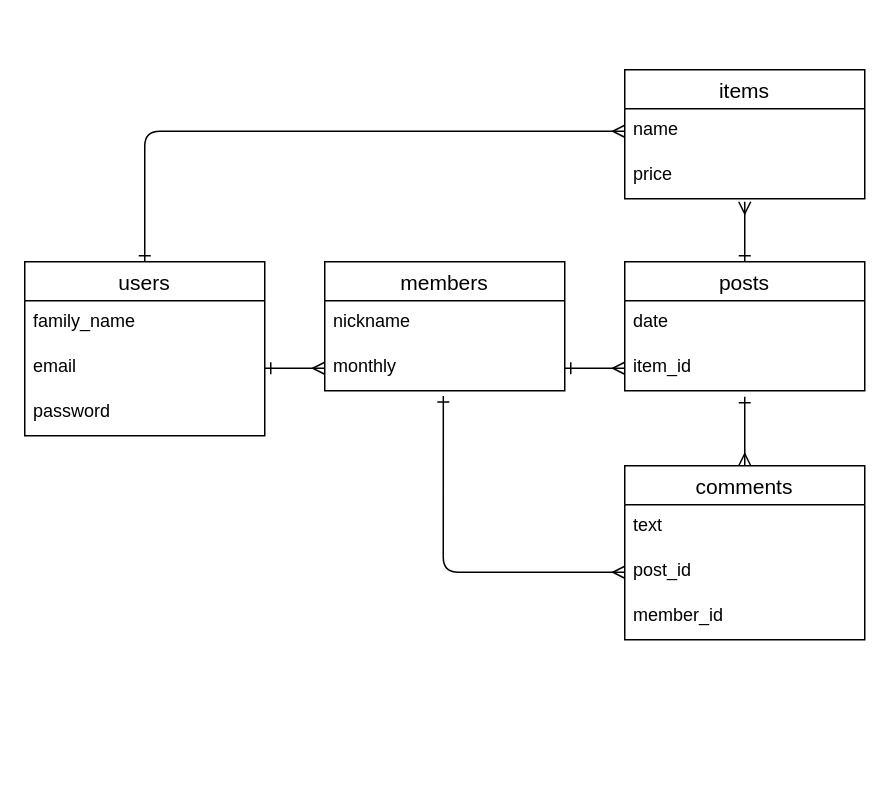
Before: er.dio in mijinko-j/pockeee_app, a draw.io diagram. Source tidied: cells renumbered, new cells numbered last; positions are measured from the earlier drawing's top-left corner, leaving out a move shared by most shapes. Both pictures are drawn from the tidied source at 150%, with x=0, y=0 at pixel (24, 69).
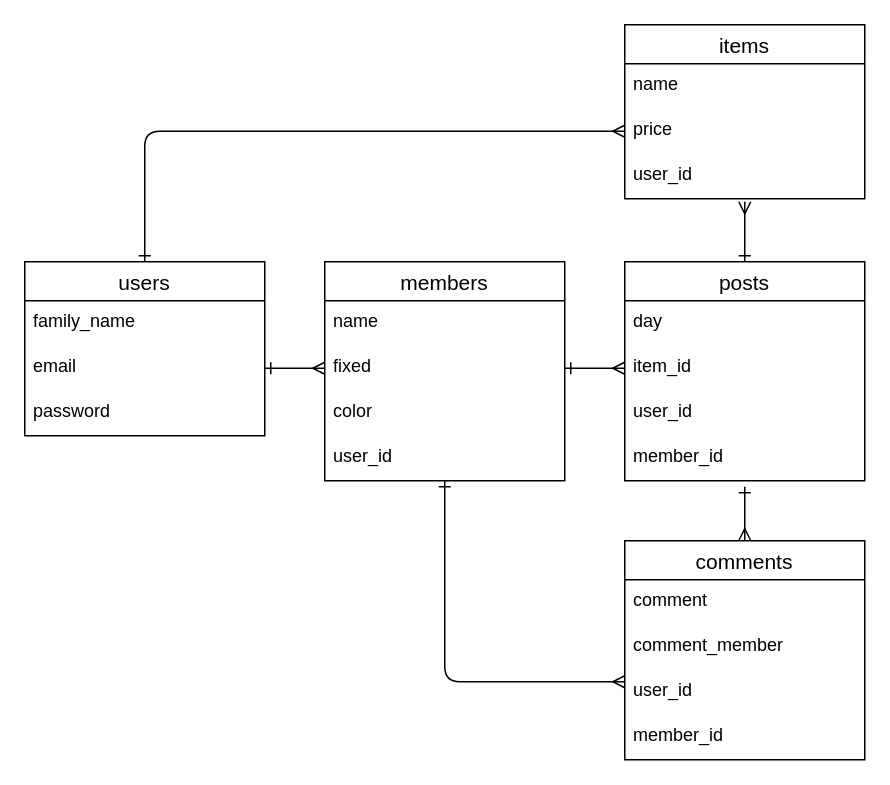
After the change.

Unchanged cells that the change refers to:
```xml
<mxCell id="3" value="users" style="swimlane;fontStyle=0;horizontal=1;startSize=26;align=center;fontSize=14;" parent="1" vertex="1">
  <mxGeometry y="128" width="160" height="116" as="geometry" />
</mxCell>
<mxCell id="11" value="name" style="text;strokeColor=none;fillColor=none;spacingLeft=4;spacingRight=4;overflow=hidden;points=[[0,0.5],[1,0.5]];portConstraint=eastwest;fontSize=12;" parent="10" vertex="1">
  <mxGeometry y="26" width="160" height="30" as="geometry" />
</mxCell>
<mxCell id="12" value="price" style="text;strokeColor=none;fillColor=none;spacingLeft=4;spacingRight=4;overflow=hidden;points=[[0,0.5],[1,0.5]];portConstraint=eastwest;fontSize=12;" parent="10" vertex="1">
  <mxGeometry y="56" width="160" height="30" as="geometry" />
</mxCell>
<mxCell id="16" value="item_id" style="text;strokeColor=none;fillColor=none;spacingLeft=4;spacingRight=4;overflow=hidden;points=[[0,0.5],[1,0.5]];portConstraint=eastwest;fontSize=12;" parent="14" vertex="1">
  <mxGeometry y="56" width="160" height="30" as="geometry" />
</mxCell>
```

Diff of the diagram source:
```diff
@@
-    <mxCell id="2" style="edgeStyle=orthogonalEdgeStyle;html=1;entryX=0;entryY=0.5;entryDx=0;entryDy=0;endArrow=ERmany;endFill=0;startArrow=ERone;startFill=0;" parent="1" edge="1" source="3" target="11">
+    <mxCell id="2" style="edgeStyle=orthogonalEdgeStyle;html=1;entryX=0;entryY=0.5;entryDx=0;entryDy=0;endArrow=ERmany;endFill=0;startArrow=ERone;startFill=0;" parent="1" edge="1" source="3" target="12">
       <mxGeometry relative="1" as="geometry" />
     </mxCell>
@@
+    <mxCell id="25" style="edgeStyle=orthogonalEdgeStyle;html=1;entryX=0;entryY=0.267;entryDx=0;entryDy=0;entryPerimeter=0;startArrow=ERone;startFill=0;endArrow=ERmany;endFill=0;" parent="1" edge="1" source="7" target="31">
+      <mxGeometry relative="1" as="geometry" />
+    </mxCell>
     <mxCell id="7" value="members" style="swimlane;fontStyle=0;horizontal=1;startSize=26;align=center;fontSize=14;" parent="1" vertex="1">
-      <mxGeometry x="200" y="128" width="160" height="86" as="geometry" />
+      <mxGeometry x="200" y="128" width="160" height="146" as="geometry" />
     </mxCell>
-    <mxCell id="8" value="nickname" style="text;strokeColor=none;fillColor=none;spacingLeft=4;spacingRight=4;overflow=hidden;fontSize=12;" parent="7" vertex="1">
+    <mxCell id="8" value="name" style="text;strokeColor=none;fillColor=none;spacingLeft=4;spacingRight=4;overflow=hidden;fontSize=12;" parent="7" vertex="1">
       <mxGeometry y="26" width="160" height="30" as="geometry" />
     </mxCell>
-    <mxCell id="9" value="monthly" style="text;strokeColor=none;fillColor=none;spacingLeft=4;spacingRight=4;overflow=hidden;points=[[0,0.5],[1,0.5]];portConstraint=eastwest;fontSize=12;" parent="7" vertex="1">
+    <mxCell id="9" value="fixed" style="text;strokeColor=none;fillColor=none;spacingLeft=4;spacingRight=4;overflow=hidden;points=[[0,0.5],[1,0.5]];portConstraint=eastwest;fontSize=12;" parent="7" vertex="1">
       <mxGeometry y="56" width="160" height="30" as="geometry" />
     </mxCell>
+    <mxCell id="26" value="color" style="text;strokeColor=none;fillColor=none;spacingLeft=4;spacingRight=4;overflow=hidden;fontSize=12;" parent="7" vertex="1">
+      <mxGeometry y="86" width="160" height="30" as="geometry" />
+    </mxCell>
+    <mxCell id="27" value="user_id" style="text;strokeColor=none;fillColor=none;spacingLeft=4;spacingRight=4;overflow=hidden;fontSize=12;" parent="7" vertex="1">
+      <mxGeometry y="116" width="160" height="30" as="geometry" />
+    </mxCell>
     <mxCell id="10" value="items" style="swimlane;fontStyle=0;horizontal=1;startSize=26;align=center;fontSize=14;" parent="1" vertex="1">
-      <mxGeometry x="400" width="160" height="86" as="geometry" />
+      <mxGeometry x="400" y="-30" width="160" height="116" as="geometry" />
     </mxCell>
@@
+    <mxCell id="28" value="user_id" style="text;strokeColor=none;fillColor=none;spacingLeft=4;spacingRight=4;overflow=hidden;fontSize=12;" parent="10" vertex="1">
+      <mxGeometry y="86" width="160" height="30" as="geometry" />
+    </mxCell>
@@
     <mxCell id="14" value="posts" style="swimlane;fontStyle=0;horizontal=1;startSize=26;align=center;fontSize=14;" parent="1" vertex="1">
-      <mxGeometry x="400" y="128" width="160" height="86" as="geometry" />
+      <mxGeometry x="400" y="128" width="160" height="146" as="geometry" />
     </mxCell>
-    <mxCell id="15" value="date" style="text;strokeColor=none;fillColor=none;spacingLeft=4;spacingRight=4;overflow=hidden;fontSize=12;" parent="14" vertex="1">
+    <mxCell id="15" value="day" style="text;strokeColor=none;fillColor=none;spacingLeft=4;spacingRight=4;overflow=hidden;fontSize=12;" parent="14" vertex="1">
       <mxGeometry y="26" width="160" height="30" as="geometry" />
     </mxCell>
@@
+    <mxCell id="29" value="user_id" style="text;strokeColor=none;fillColor=none;spacingLeft=4;spacingRight=4;overflow=hidden;fontSize=12;" parent="14" vertex="1">
+      <mxGeometry y="86" width="160" height="30" as="geometry" />
+    </mxCell>
+    <mxCell id="30" value="member_id" style="text;strokeColor=none;fillColor=none;spacingLeft=4;spacingRight=4;overflow=hidden;fontSize=12;" parent="14" vertex="1">
+      <mxGeometry y="116" width="160" height="30" as="geometry" />
+    </mxCell>
-    <mxCell id="17" style="edgeStyle=none;html=1;exitX=0.5;exitY=0;exitDx=0;exitDy=0;entryX=0.5;entryY=1.133;entryDx=0;entryDy=0;entryPerimeter=0;startArrow=ERmany;startFill=0;endArrow=ERone;endFill=0;" parent="1" edge="1" source="18" target="16">
-      <mxGeometry relative="1" as="geometry" />
+    <mxCell id="17" style="edgeStyle=none;html=1;exitX=0.5;exitY=0;exitDx=0;exitDy=0;startArrow=ERmany;startFill=0;endArrow=ERone;endFill=0;" parent="1" edge="1" source="18">
+      <mxGeometry relative="1" as="geometry">
+        <mxPoint x="480" y="278" as="targetPoint" />
+      </mxGeometry>
     </mxCell>
     <mxCell id="18" value="comments" style="swimlane;fontStyle=0;horizontal=1;startSize=26;align=center;fontSize=14;" parent="1" vertex="1">
-      <mxGeometry x="400" y="264" width="160" height="116" as="geometry" />
+      <mxGeometry x="400" y="314" width="160" height="146" as="geometry" />
     </mxCell>
-    <mxCell id="19" value="text" style="text;strokeColor=none;fillColor=none;spacingLeft=4;spacingRight=4;overflow=hidden;fontSize=12;" parent="18" vertex="1">
+    <mxCell id="19" value="comment" style="text;strokeColor=none;fillColor=none;spacingLeft=4;spacingRight=4;overflow=hidden;fontSize=12;" parent="18" vertex="1">
       <mxGeometry y="26" width="160" height="30" as="geometry" />
     </mxCell>
-    <mxCell id="20" value="post_id" style="text;strokeColor=none;fillColor=none;spacingLeft=4;spacingRight=4;overflow=hidden;points=[[0,0.5],[1,0.5]];portConstraint=eastwest;fontSize=12;" parent="18" vertex="1">
+    <mxCell id="20" value="comment_member" style="text;strokeColor=none;fillColor=none;spacingLeft=4;spacingRight=4;overflow=hidden;points=[[0,0.5],[1,0.5]];portConstraint=eastwest;fontSize=12;" parent="18" vertex="1">
       <mxGeometry y="56" width="160" height="30" as="geometry" />
     </mxCell>
+    <mxCell id="31" value="user_id" style="text;strokeColor=none;fillColor=none;spacingLeft=4;spacingRight=4;overflow=hidden;points=[[0,0.5],[1,0.5]];portConstraint=eastwest;fontSize=12;" parent="18" vertex="1">
+      <mxGeometry y="86" width="160" height="30" as="geometry" />
+    </mxCell>
     <mxCell id="21" value="member_id" style="text;strokeColor=none;fillColor=none;spacingLeft=4;spacingRight=4;overflow=hidden;fontSize=12;" parent="18" vertex="1">
-      <mxGeometry y="86" width="160" height="30" as="geometry" />
+      <mxGeometry y="116" width="160" height="30" as="geometry" />
     </mxCell>
@@
-    <mxCell id="24" style="edgeStyle=orthogonalEdgeStyle;html=1;exitX=0;exitY=0.5;exitDx=0;exitDy=0;entryX=0.494;entryY=1.117;entryDx=0;entryDy=0;entryPerimeter=0;startArrow=ERmany;startFill=0;endArrow=ERone;endFill=0;" parent="1" edge="1" source="20" target="9">
-      <mxGeometry relative="1" as="geometry">
-        <Array as="points">
-          <mxPoint x="279" y="335" />
-        </Array>
-      </mxGeometry>
-    </mxCell>
```
